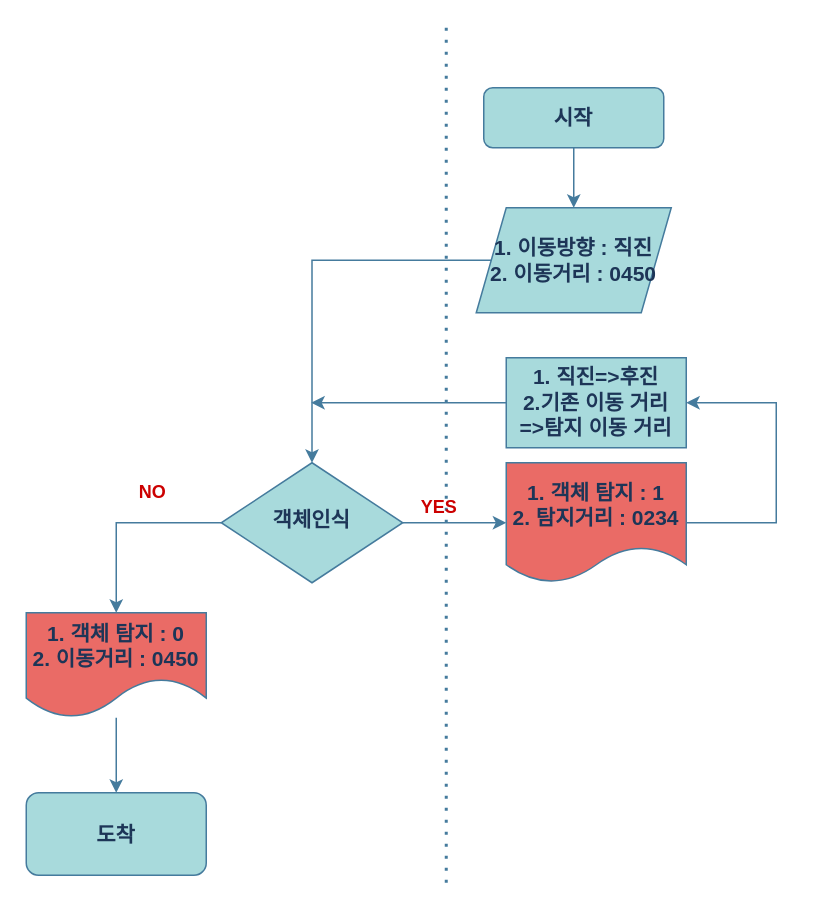
tubtrbE/stm32_RTOS keeps this draw.io diagram as 제목 없는 다이어그램.drawio. Above is the earlier version. Source tidied: cells renumbered, new cells numbered last; positions are measured from the earlier drawing's top-left corner, leaving out a move shared by most shapes. Both pictures are drawn from the tidied source at 150%, with x=0, y=0 at pixel (26, 27).
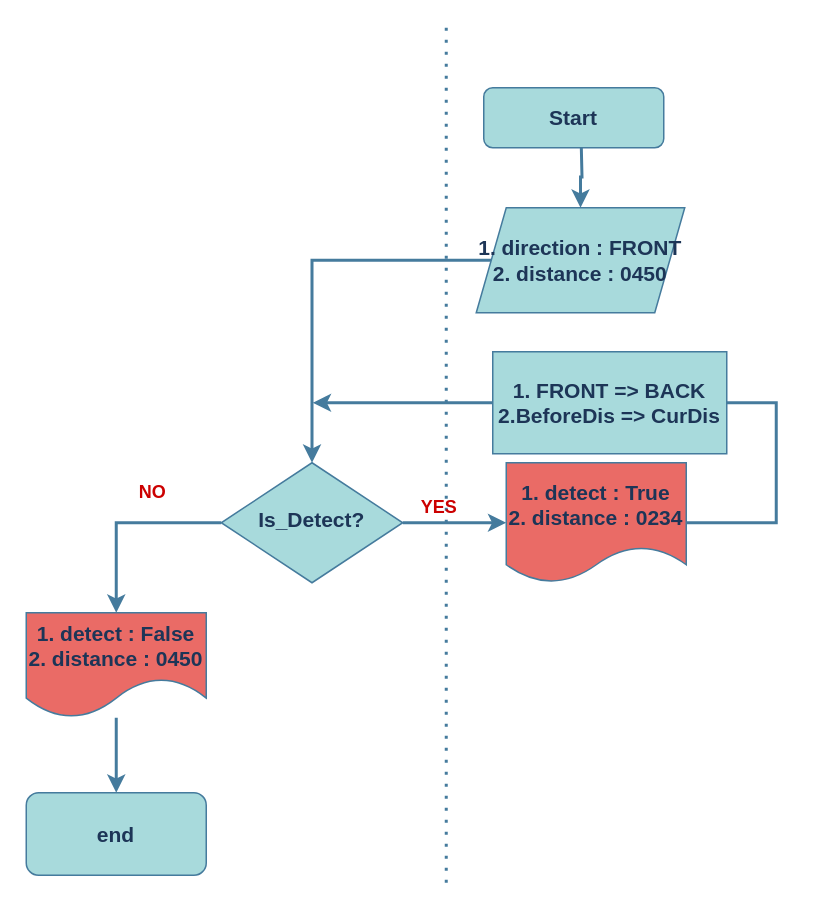
The same page after the edit.

Diff of the diagram source:
```diff
@@
-    <mxCell id="2" style="edgeStyle=orthogonalEdgeStyle;rounded=0;jettySize=auto;html=1;exitX=0.5;exitY=1;exitDx=0;exitDy=0;entryX=0.5;entryY=0;entryDx=0;entryDy=0;strokeColor=#457B9D;fontColor=#1D3557;labelBackgroundColor=#F1FAEE;" parent="1" edge="1" source="3" target="8">
-      <mxGeometry relative="1" as="geometry" />
+    <mxCell id="2" style="edgeStyle=orthogonalEdgeStyle;rounded=0;jettySize=auto;html=1;entryX=0.5;entryY=0;entryDx=0;entryDy=0;strokeColor=#457B9D;fontColor=#1D3557;labelBackgroundColor=#F1FAEE;strokeWidth=2;" parent="1" edge="1" target="8">
+      <mxGeometry relative="1" as="geometry">
+        <mxPoint x="370" y="78" as="sourcePoint" />
+      </mxGeometry>
     </mxCell>
-    <mxCell id="3" value="시작" style="rounded=1;whiteSpace=wrap;html=1;fontSize=14;glass=0;strokeWidth=1;shadow=0;fillColor=#A8DADC;strokeColor=#457B9D;fontColor=#1D3557;fontStyle=1;labelBorderColor=none;" parent="1" vertex="1">
+    <mxCell id="3" value="Start" style="rounded=1;whiteSpace=wrap;html=1;fontSize=14;glass=0;strokeWidth=1;shadow=0;fillColor=#A8DADC;strokeColor=#457B9D;fontColor=#1D3557;fontStyle=1;labelBorderColor=none;" parent="1" vertex="1">
       <mxGeometry x="305" y="40" width="120" height="40" as="geometry" />
     </mxCell>
-    <mxCell id="4" style="edgeStyle=orthogonalEdgeStyle;rounded=0;jettySize=auto;html=1;strokeColor=#457B9D;fontColor=#1D3557;labelBackgroundColor=#F1FAEE;" parent="1" edge="1" source="6">
+    <mxCell id="4" style="edgeStyle=orthogonalEdgeStyle;rounded=0;jettySize=auto;html=1;strokeColor=#457B9D;fontColor=#1D3557;labelBackgroundColor=#F1FAEE;strokeWidth=2;" parent="1" edge="1" source="6">
       <mxGeometry relative="1" as="geometry">
         <mxPoint x="60" y="390" as="targetPoint" />
         <Array as="points">
           <mxPoint x="60" y="330" />
           <mxPoint x="60" y="390" />
         </Array>
       </mxGeometry>
     </mxCell>
-    <mxCell id="5" style="edgeStyle=orthogonalEdgeStyle;rounded=0;jettySize=auto;html=1;entryX=0;entryY=0.5;entryDx=0;entryDy=0;strokeColor=#457B9D;fontColor=#1D3557;labelBackgroundColor=#F1FAEE;" parent="1" edge="1" source="6" target="10">
+    <mxCell id="5" style="edgeStyle=orthogonalEdgeStyle;rounded=0;jettySize=auto;html=1;entryX=0;entryY=0.5;entryDx=0;entryDy=0;strokeColor=#457B9D;fontColor=#1D3557;labelBackgroundColor=#F1FAEE;strokeWidth=2;" parent="1" edge="1" source="6" target="10">
       <mxGeometry relative="1" as="geometry" />
     </mxCell>
-    <mxCell id="6" value="객체인식" style="rhombus;whiteSpace=wrap;html=1;shadow=0;fontFamily=Helvetica;fontSize=14;align=center;strokeWidth=1;spacing=6;spacingTop=-4;fillColor=#A8DADC;strokeColor=#457B9D;fontColor=#1D3557;fontStyle=1;" parent="1" vertex="1">
+    <mxCell id="6" value="Is_Detect?" style="rhombus;whiteSpace=wrap;html=1;shadow=0;fontFamily=Helvetica;fontSize=14;align=center;strokeWidth=1;spacing=6;spacingTop=-4;fillColor=#A8DADC;strokeColor=#457B9D;fontColor=#1D3557;fontStyle=1;" parent="1" vertex="1">
       <mxGeometry x="130" y="290" width="121" height="80" as="geometry" />
     </mxCell>
-    <mxCell id="7" style="edgeStyle=orthogonalEdgeStyle;rounded=0;jettySize=auto;html=1;entryX=0.5;entryY=0;entryDx=0;entryDy=0;strokeColor=#457B9D;fontColor=#1D3557;labelBackgroundColor=#F1FAEE;" parent="1" edge="1" source="8" target="6">
+    <mxCell id="7" style="edgeStyle=orthogonalEdgeStyle;rounded=0;jettySize=auto;html=1;entryX=0.5;entryY=0;entryDx=0;entryDy=0;strokeColor=#457B9D;fontColor=#1D3557;labelBackgroundColor=#F1FAEE;strokeWidth=2;" parent="1" edge="1" source="8" target="6">
       <mxGeometry relative="1" as="geometry" />
     </mxCell>
-    <mxCell id="8" value="1. 이동방향 : 직진&lt;br style=&quot;font-size: 14px;&quot;&gt;2. 이동거리 : 0450" style="shape=parallelogram;perimeter=parallelogramPerimeter;whiteSpace=wrap;html=1;fixedSize=1;fillColor=#A8DADC;strokeColor=#457B9D;fontColor=#1D3557;fontSize=14;fontStyle=1;" parent="1" vertex="1">
-      <mxGeometry x="300" y="120" width="130" height="70" as="geometry" />
+    <mxCell id="8" value="1. direction : FRONT&lt;br style=&quot;font-size: 14px;&quot;&gt;2. distance : 0450" style="shape=parallelogram;perimeter=parallelogramPerimeter;whiteSpace=wrap;html=1;fixedSize=1;fillColor=#A8DADC;strokeColor=#457B9D;fontColor=#1D3557;fontSize=14;fontStyle=1;" parent="1" vertex="1">
+      <mxGeometry x="300" y="120" width="139" height="70" as="geometry" />
     </mxCell>
-    <mxCell id="9" style="edgeStyle=orthogonalEdgeStyle;rounded=0;jettySize=auto;html=1;entryX=1;entryY=0.5;entryDx=0;entryDy=0;strokeColor=#457B9D;fontColor=#1D3557;labelBackgroundColor=#F1FAEE;" parent="1" edge="1" source="10" target="14">
+    <mxCell id="9" style="edgeStyle=orthogonalEdgeStyle;rounded=0;jettySize=auto;html=1;strokeColor=#457B9D;fontColor=#1D3557;labelBackgroundColor=#F1FAEE;strokeWidth=2;" parent="1" edge="1" source="10">
       <mxGeometry relative="1" as="geometry">
+        <mxPoint x="191" y="250" as="targetPoint" />
         <Array as="points">
           <mxPoint x="500" y="330" />
           <mxPoint x="500" y="250" />
+          <mxPoint x="202" y="250" />
         </Array>
       </mxGeometry>
     </mxCell>
-    <mxCell id="10" value="1. 객체 탐지 : 1&lt;br style=&quot;font-size: 14px;&quot;&gt;2. 탐지거리 : 0234" style="shape=document;whiteSpace=wrap;html=1;boundedLbl=1;fillColor=#EA6B66;strokeColor=#457B9D;fontColor=#1D3557;fontSize=14;fontStyle=1;" parent="1" vertex="1">
+    <mxCell id="10" value="1. detect : True&lt;br style=&quot;font-size: 14px;&quot;&gt;2. distance : 0234" style="shape=document;whiteSpace=wrap;html=1;boundedLbl=1;fillColor=#EA6B66;strokeColor=#457B9D;fontColor=#1D3557;fontSize=14;fontStyle=1;" parent="1" vertex="1">
       <mxGeometry x="320" y="290" width="120" height="80" as="geometry" />
     </mxCell>
-    <mxCell id="11" style="edgeStyle=orthogonalEdgeStyle;rounded=0;jettySize=auto;html=1;entryX=0.5;entryY=0;entryDx=0;entryDy=0;fontColor=#1D3557;strokeColor=#457B9D;labelBackgroundColor=#F1FAEE;" parent="1" edge="1" source="12" target="15">
+    <mxCell id="11" style="edgeStyle=orthogonalEdgeStyle;rounded=0;jettySize=auto;html=1;entryX=0.5;entryY=0;entryDx=0;entryDy=0;fontColor=#1D3557;strokeColor=#457B9D;labelBackgroundColor=#F1FAEE;strokeWidth=2;" parent="1" edge="1" source="12" target="15">
       <mxGeometry relative="1" as="geometry" />
     </mxCell>
-    <mxCell id="12" value="1. 객체 탐지 : 0&lt;br style=&quot;font-size: 14px;&quot;&gt;2. 이동거리 : 0450" style="shape=document;whiteSpace=wrap;html=1;boundedLbl=1;size=0.375;fillColor=#EA6B66;strokeColor=#457B9D;fontColor=#1D3557;fontSize=14;fontStyle=1;" parent="1" vertex="1">
+    <mxCell id="12" value="1. detect : False&lt;br style=&quot;font-size: 14px;&quot;&gt;2. distance : 0450" style="shape=document;whiteSpace=wrap;html=1;boundedLbl=1;size=0.375;fillColor=#EA6B66;strokeColor=#457B9D;fontColor=#1D3557;fontSize=14;fontStyle=1;" parent="1" vertex="1">
       <mxGeometry y="390" width="120" height="70" as="geometry" />
     </mxCell>
-    <mxCell id="13" style="edgeStyle=orthogonalEdgeStyle;rounded=0;jettySize=auto;html=1;exitX=0;exitY=0.5;exitDx=0;exitDy=0;strokeColor=#457B9D;fontColor=#1D3557;labelBackgroundColor=#F1FAEE;" parent="1" edge="1" source="14">
-      <mxGeometry relative="1" as="geometry">
-        <mxPoint x="190" y="250" as="targetPoint" />
-      </mxGeometry>
-    </mxCell>
-    <mxCell id="14" value="1. 직진=&amp;gt;후진&lt;br style=&quot;font-size: 14px;&quot;&gt;2.기존 이동 거리&lt;br style=&quot;font-size: 14px;&quot;&gt;=&amp;gt;탐지 이동 거리" style="rounded=0;whiteSpace=wrap;html=1;fillColor=#A8DADC;strokeColor=#457B9D;fontColor=#1D3557;fontSize=14;fontStyle=1;" parent="1" vertex="1">
-      <mxGeometry x="320" y="220" width="120" height="60" as="geometry" />
+    <mxCell id="14" value="1. FRONT =&amp;gt; BACK&lt;br style=&quot;font-size: 14px;&quot;&gt;2.BeforeDis =&amp;gt; CurDis" style="rounded=0;whiteSpace=wrap;html=1;fillColor=#A8DADC;strokeColor=#457B9D;fontColor=#1D3557;fontSize=14;fontStyle=1;" parent="1" vertex="1">
+      <mxGeometry x="311" y="216" width="156" height="68" as="geometry" />
     </mxCell>
-    <mxCell id="15" value="도착" style="rounded=1;whiteSpace=wrap;html=1;fillColor=#A8DADC;strokeColor=#457B9D;fontColor=#1D3557;fontSize=14;fontStyle=1;" parent="1" vertex="1">
+    <mxCell id="15" value="end" style="rounded=1;whiteSpace=wrap;html=1;fillColor=#A8DADC;strokeColor=#457B9D;fontColor=#1D3557;fontSize=14;fontStyle=1;" parent="1" vertex="1">
       <mxGeometry y="510" width="120" height="55" as="geometry" />
     </mxCell>
@@
+    <mxCell id="18" value="&lt;b&gt;&lt;font color=&quot;#cc0000&quot;&gt;NO&lt;/font&gt;&lt;/b&gt;" style="text;html=1;strokeColor=none;fillColor=none;align=center;verticalAlign=middle;whiteSpace=wrap;rounded=0;fontColor=#1D3557;" parent="1" vertex="1">
+      <mxGeometry x="60" y="300" width="49" height="20" as="geometry" />
+    </mxCell>
@@
-    <mxCell id="18" value="&lt;b&gt;&lt;font color=&quot;#cc0000&quot;&gt;NO&lt;/font&gt;&lt;/b&gt;" style="text;html=1;strokeColor=none;fillColor=none;align=center;verticalAlign=middle;whiteSpace=wrap;rounded=0;fontColor=#1D3557;" parent="1" vertex="1">
-      <mxGeometry x="60" y="300" width="49" height="20" as="geometry" />
-    </mxCell>
```
